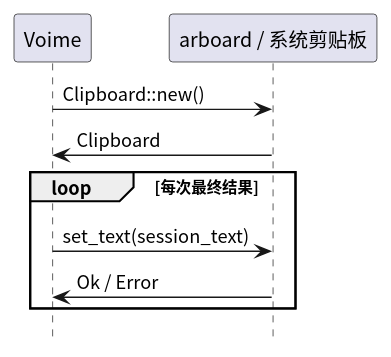
Before: diagram/prov-clipboard.svg, a diagram exported from PlantUML (54m43lJ/voime).
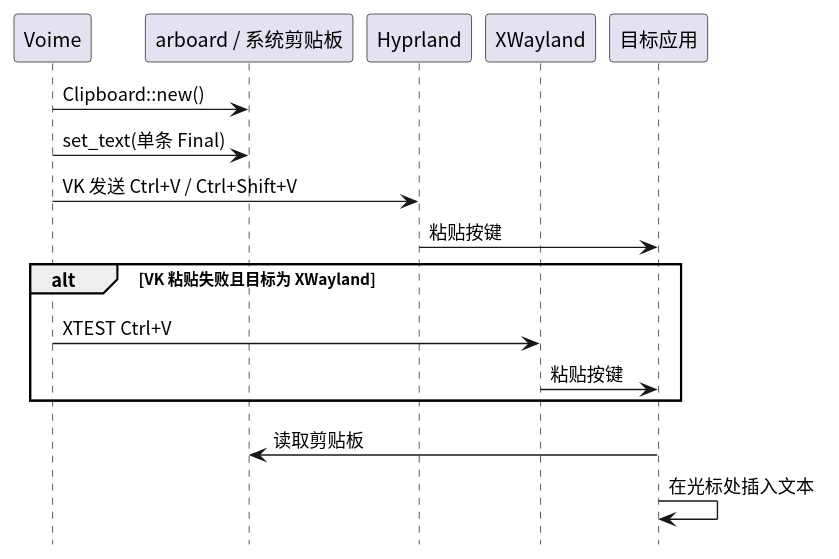
The same file after the commit.

Change to the diagram source:
```diff
@@ -3,13 +3,20 @@
 skinparam shadowing false
 hide footbox
 
-participant "Voime" as App
+participant "Voime" as Voime
 participant "arboard / 系统剪贴板" as Clip
+participant "Hyprland" as Compositor
+participant "XWayland" as Xwayland
+participant "目标应用" as App
 
-App -> Clip : Clipboard::new()
-Clip -> App : Clipboard
-loop 每次最终结果
-  App -> Clip : set_text(session_text)
-  Clip -> App : Ok / Error
+Voime -> Clip : Clipboard::new()
+Voime -> Clip : set_text(单条 Final)
+Voime -> Compositor : VK 发送 Ctrl+V / Ctrl+Shift+V
+Compositor -> App : 粘贴按键
+alt VK 粘贴失败且目标为 XWayland
+  Voime -> Xwayland : XTEST Ctrl+V
+  Xwayland -> App : 粘贴按键
 end
+App -> Clip : 读取剪贴板
+App -> App : 在光标处插入文本
 @enduml
```
